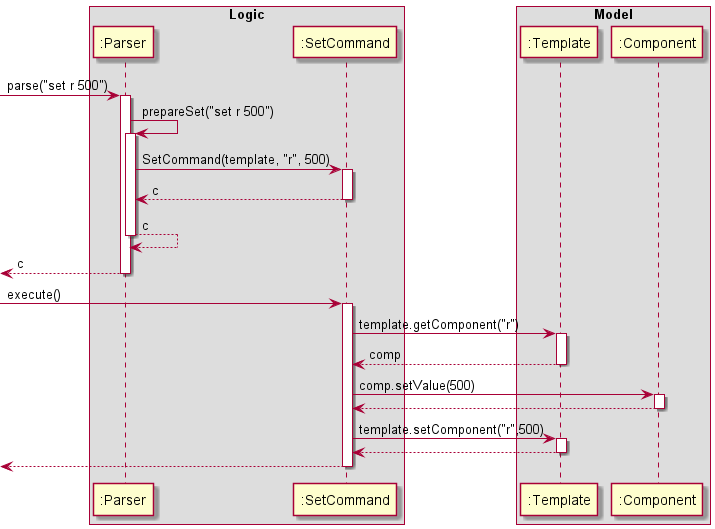
Earlier version of the PlantUML export docs/diagrams/SetSequenceDiagram.png (sevenseasofbri/tp).
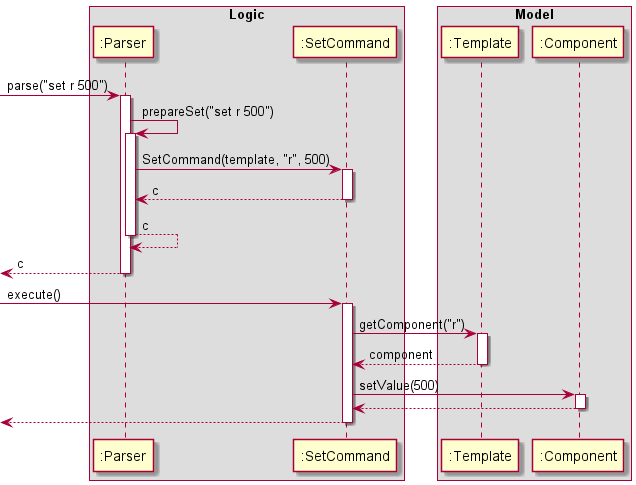
After the commit.

Diff of the diagram source:
```diff
@@ -33,23 +33,17 @@
 [-> SetCommand : execute()
 activate SetCommand
 
-SetCommand -> Template : template.getComponent("r")
+SetCommand -> Template : getComponent("r")
 activate Template
 
-Template --> SetCommand : comp
+Template --> SetCommand : component
 deactivate Template
 
-SetCommand -> Component : comp.setValue(500)
+SetCommand -> Component : setValue(500)
 activate Component
 
 Component --> SetCommand
 deactivate Component
-
-SetCommand -> Template : template.setComponent("r",500)
-activate Template
-
-Template --> SetCommand
-deactivate Template
 
 [<-- SetCommand
 deactivate SetCommand
```
